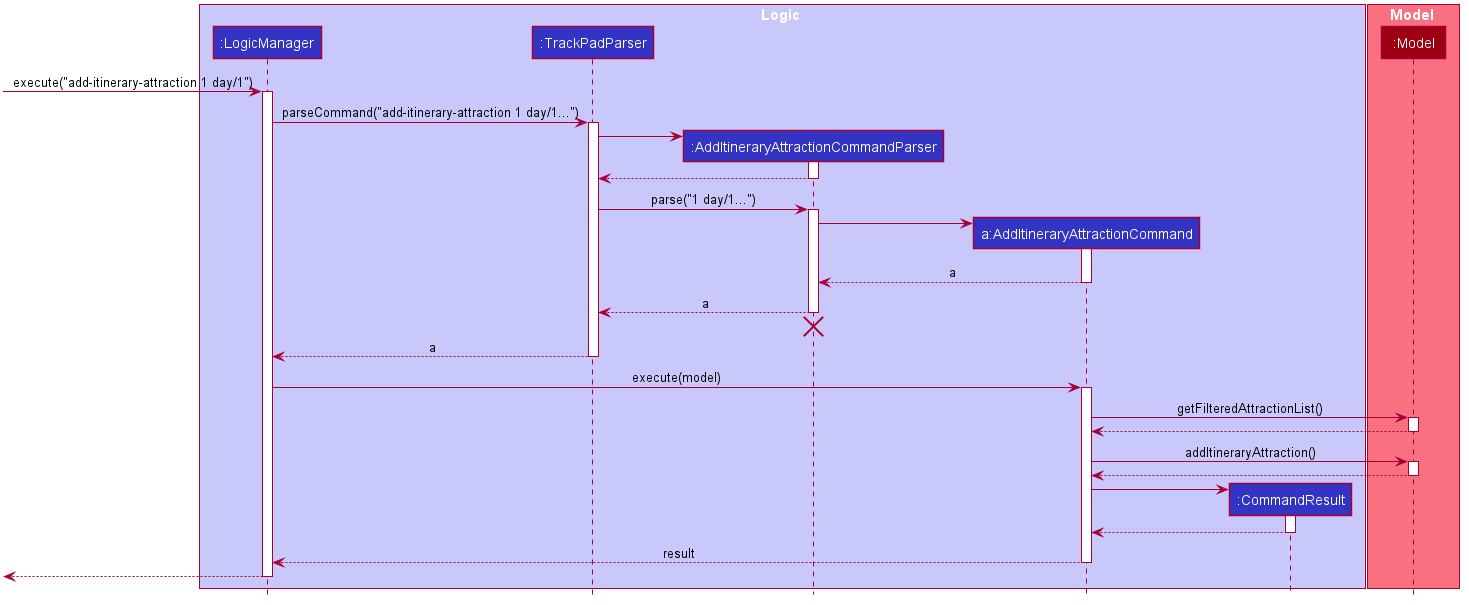
The PlantUML diagram docs/images/devguideimages/AddItineraryAttractionSequenceDiagram.png in yuxuanxc/tp, before a commit. Its diagram source:
```plantuml
@startuml








skinparam BackgroundColor #FFFFFFF

skinparam Shadowing false

skinparam Class {
    FontColor #FFFFFF
    BorderThickness 1
    BorderColor #FFFFFF
    StereotypeFontColor #FFFFFF
    FontName Arial
}

skinparam Actor {
    BorderColor #000000
    Color #000000
    FontName Arial
}

skinparam Sequence {
    MessageAlign center
    BoxFontSize 15
    BoxPadding 0
    BoxFontColor #FFFFFF
    FontName Arial
}

skinparam Participant {
    FontColor #FFFFFFF
    Padding 20
}

skinparam MinClassWidth 50
skinparam ParticipantPadding 10
skinparam Shadowing false
skinparam DefaultTextAlignment center
skinparam packageStyle Rectangle

hide footbox
hide members
hide circle

box Logic #C8C8FA
participant ":LogicManager" as LogicManager #3333C4
participant ":TrackPadParser" as TrackPadParser #3333C4
participant ":AddItineraryAttractionCommandParser" as AddItineraryAttractionCommandParser #3333C4
participant "a:AddItineraryAttractionCommand" as AddItineraryAttractionCommand #3333C4
participant ":CommandResult" as CommandResult #3333C4
end box

box Model #F97181
participant ":Model" as Model #9D0012
end box

[-> LogicManager : execute("add-itinerary-attraction 1 day/1")
activate LogicManager

LogicManager -> TrackPadParser : parseCommand("add-itinerary-attraction 1 day/1...")
activate TrackPadParser

create AddItineraryAttractionCommandParser
TrackPadParser -> AddItineraryAttractionCommandParser
activate AddItineraryAttractionCommandParser

AddItineraryAttractionCommandParser --> TrackPadParser
deactivate AddItineraryAttractionCommandParser

TrackPadParser -> AddItineraryAttractionCommandParser : parse("1 day/1...")
activate AddItineraryAttractionCommandParser

create AddItineraryAttractionCommand
AddItineraryAttractionCommandParser -> AddItineraryAttractionCommand
activate AddItineraryAttractionCommand

AddItineraryAttractionCommand --> AddItineraryAttractionCommandParser : a
deactivate AddItineraryAttractionCommand

AddItineraryAttractionCommandParser --> TrackPadParser : a
deactivate AddItineraryAttractionCommandParser
AddItineraryAttractionCommandParser -[hidden]-> TrackPadParser
destroy AddItineraryAttractionCommandParser

TrackPadParser --> LogicManager : a
deactivate TrackPadParser

LogicManager -> AddItineraryAttractionCommand : execute(model)
activate AddItineraryAttractionCommand

AddItineraryAttractionCommand -> Model : getFilteredAttractionList()
activate Model

Model --> AddItineraryAttractionCommand
deactivate Model

AddItineraryAttractionCommand -> Model : addItineraryAttraction()
activate Model

Model --> AddItineraryAttractionCommand
deactivate Model

create CommandResult
AddItineraryAttractionCommand -> CommandResult
activate CommandResult

CommandResult --> AddItineraryAttractionCommand
deactivate CommandResult

AddItineraryAttractionCommand --> LogicManager : result
deactivate AddItineraryAttractionCommand

[<--LogicManager
deactivate LogicManager
@enduml
```
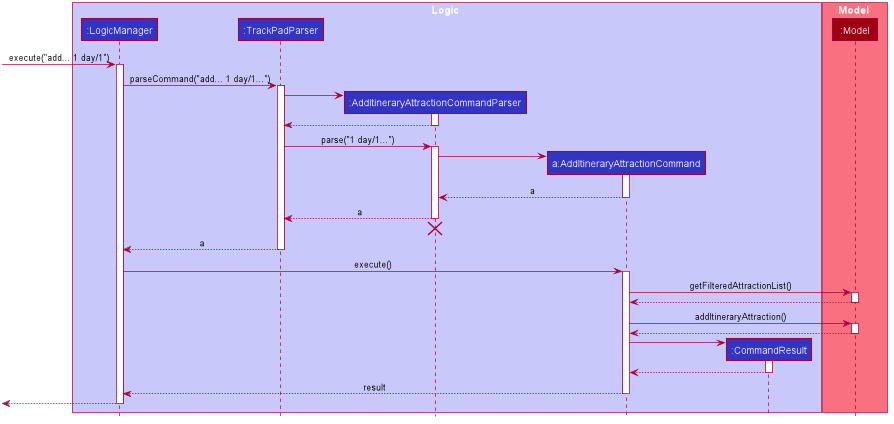
The same file after the commit.

Commit message:
Refine add itinerary attraction sequence diagram.

The edit, as a diff of the source:
```diff
@@ -60,10 +60,10 @@
 participant ":Model" as Model #9D0012
 end box
 
-[-> LogicManager : execute("add-itinerary-attraction 1 day/1")
+[-> LogicManager : execute("add... 1 day/1")
 activate LogicManager
 
-LogicManager -> TrackPadParser : parseCommand("add-itinerary-attraction 1 day/1...")
+LogicManager -> TrackPadParser : parseCommand("add... 1 day/1...")
 activate TrackPadParser
 
 create AddItineraryAttractionCommandParser
@@ -91,7 +91,7 @@
 TrackPadParser --> LogicManager : a
 deactivate TrackPadParser
 
-LogicManager -> AddItineraryAttractionCommand : execute(model)
+LogicManager -> AddItineraryAttractionCommand : execute()
 activate AddItineraryAttractionCommand
 
 AddItineraryAttractionCommand -> Model : getFilteredAttractionList()
```
